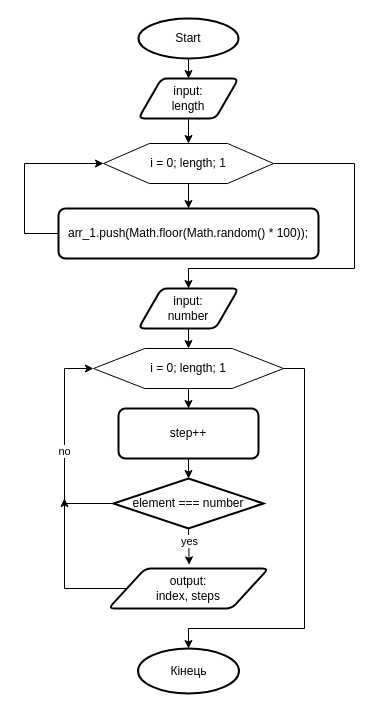
Above: diagrams/algoritms/task4.drawio in Vlas1d/Algorithms (draw.io), before the change. Source tidied: cells renumbered, new cells numbered last; positions are measured from the earlier drawing's top-left corner, leaving out a move shared by most shapes. Both pictures are drawn from the tidied source at 100%, with x=0, y=0 at pixel (24, 18).
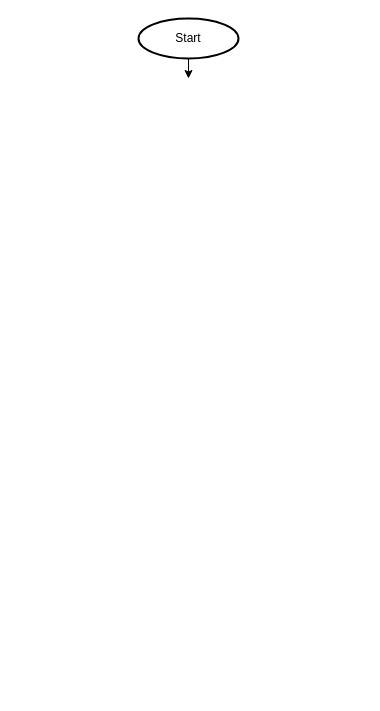
Above is the later version.

Unchanged cells that the change refers to:
```xml
<mxCell id="2" value="Start" style="strokeWidth=2;html=1;shape=mxgraph.flowchart.start_1;whiteSpace=wrap;" parent="1" vertex="1">
  <mxGeometry x="114" width="100" height="40" as="geometry" />
</mxCell>
```

Change to the diagram source:
```diff
@@
-    <mxCell id="3" value="input:&lt;br&gt;length" style="shape=parallelogram;html=1;strokeWidth=2;perimeter=parallelogramPerimeter;whiteSpace=wrap;rounded=1;arcSize=12;size=0.23;" parent="1" vertex="1">
-      <mxGeometry x="114" y="60" width="100" height="40" as="geometry" />
-    </mxCell>
-    <mxCell id="4" style="verticalLabelPosition=bottom;verticalAlign=top;html=1;shape=hexagon;perimeter=hexagonPerimeter2;arcSize=6;size=0.27;" parent="1" vertex="1">
-      <mxGeometry x="79" y="125" width="170" height="40" as="geometry" />
-    </mxCell>
-    <mxCell id="5" value="i = 0; length; 1" style="text;html=1;strokeColor=none;fillColor=none;align=center;verticalAlign=middle;whiteSpace=wrap;rounded=0;" parent="1" vertex="1">
-      <mxGeometry x="119" y="130" width="90" height="30" as="geometry" />
-    </mxCell>
-    <mxCell id="6" value="arr_1.push(Math.floor(Math.random() * 100));" style="rounded=1;whiteSpace=wrap;html=1;absoluteArcSize=1;arcSize=14;strokeWidth=2;" parent="1" vertex="1">
-      <mxGeometry x="34" y="190" width="260" height="50" as="geometry" />
-    </mxCell>
-    <mxCell id="7" style="endArrow=classic;html=1;rounded=0;" parent="1" edge="1" source="2" target="3">
-      <mxGeometry relative="1" as="geometry" />
+    <mxCell id="7" style="endArrow=classic;html=1;rounded=0;" parent="1" edge="1" source="2">
+      <mxGeometry relative="1" as="geometry">
+        <mxPoint x="164" y="60" as="targetPoint" />
+      </mxGeometry>
     </mxCell>
-    <mxCell id="8" style="endArrow=classic;html=1;rounded=0;entryX=0.5;entryY=0;entryDx=0;entryDy=0;" parent="1" edge="1" source="3" target="4">
-      <mxGeometry relative="1" as="geometry" />
-    </mxCell>
-    <mxCell id="9" style="endArrow=classic;html=1;rounded=0;exitX=0.5;exitY=1;exitDx=0;exitDy=0;entryX=0.5;entryY=0;entryDx=0;entryDy=0;" parent="1" edge="1" source="4" target="6">
-      <mxGeometry relative="1" as="geometry" />
-    </mxCell>
-    <mxCell id="10" style="endArrow=classic;html=1;rounded=0;exitX=0;exitY=0.5;exitDx=0;exitDy=0;entryX=0;entryY=0.5;entryDx=0;entryDy=0;" parent="1" edge="1" source="6" target="4">
-      <mxGeometry relative="1" as="geometry">
-        <Array as="points">
-          <mxPoint y="215" />
-          <mxPoint y="145" />
-        </Array>
-      </mxGeometry>
-    </mxCell>
-    <mxCell id="11" style="endArrow=classic;html=1;rounded=0;exitX=1;exitY=0.5;exitDx=0;exitDy=0;entryX=0.5;entryY=0;entryDx=0;entryDy=0;" parent="1" edge="1" source="4" target="12">
-      <mxGeometry relative="1" as="geometry">
-        <Array as="points">
-          <mxPoint x="330" y="145" />
-          <mxPoint x="330" y="250" />
-          <mxPoint x="164" y="250" />
-        </Array>
-      </mxGeometry>
-    </mxCell>
-    <mxCell id="12" value="input:&lt;br&gt;number" style="shape=parallelogram;html=1;strokeWidth=2;perimeter=parallelogramPerimeter;whiteSpace=wrap;rounded=1;arcSize=12;size=0.23;" parent="1" vertex="1">
-      <mxGeometry x="114" y="270" width="100" height="40" as="geometry" />
-    </mxCell>
-    <mxCell id="13" style="verticalLabelPosition=bottom;verticalAlign=top;html=1;shape=hexagon;perimeter=hexagonPerimeter2;arcSize=6;size=0.27;" parent="1" vertex="1">
-      <mxGeometry x="69" y="330" width="190" height="40" as="geometry" />
-    </mxCell>
-    <mxCell id="14" value="i = 0; length; 1" style="text;html=1;strokeColor=none;fillColor=none;align=center;verticalAlign=middle;whiteSpace=wrap;rounded=0;" parent="1" vertex="1">
-      <mxGeometry x="114" y="335" width="100" height="30" as="geometry" />
-    </mxCell>
-    <mxCell id="15" style="endArrow=classic;html=1;rounded=0;exitX=0.5;exitY=1;exitDx=0;exitDy=0;" parent="1" edge="1" source="12">
-      <mxGeometry relative="1" as="geometry">
-        <mxPoint x="164" y="330" as="targetPoint" />
-      </mxGeometry>
-    </mxCell>
-    <mxCell id="16" value="element === number" style="strokeWidth=2;html=1;shape=mxgraph.flowchart.decision;whiteSpace=wrap;" parent="1" vertex="1">
-      <mxGeometry x="89" y="460" width="150" height="50" as="geometry" />
-    </mxCell>
-    <mxCell id="17" style="endArrow=classic;html=1;rounded=0;exitX=0.5;exitY=1;exitDx=0;exitDy=0;exitPerimeter=0;entryX=0.504;entryY=-0.092;entryDx=0;entryDy=0;entryPerimeter=0;" parent="1" edge="1" source="16" target="19">
-      <mxGeometry relative="1" as="geometry" />
-    </mxCell>
-    <mxCell id="18" value="yes" style="edgeLabel;html=1;align=center;verticalAlign=middle;" parent="17" vertex="1">
-      <mxGeometry x="-0.28" relative="1" as="geometry" />
-    </mxCell>
-    <mxCell id="19" value="output:&lt;br&gt;index, steps" style="shape=parallelogram;html=1;strokeWidth=2;perimeter=parallelogramPerimeter;whiteSpace=wrap;rounded=1;arcSize=12;size=0.23;" parent="1" vertex="1">
-      <mxGeometry x="84" y="550" width="160" height="40" as="geometry" />
-    </mxCell>
-    <mxCell id="20" value="Кінець" style="strokeWidth=2;html=1;shape=mxgraph.flowchart.start_2;whiteSpace=wrap;" parent="1" vertex="1">
-      <mxGeometry x="113.5" y="630" width="101" height="45" as="geometry" />
-    </mxCell>
-    <mxCell id="21" value="step++" style="rounded=1;whiteSpace=wrap;html=1;absoluteArcSize=1;arcSize=14;strokeWidth=2;" parent="1" vertex="1">
-      <mxGeometry x="94" y="390" width="140" height="50" as="geometry" />
-    </mxCell>
-    <mxCell id="22" style="endArrow=classic;html=1;rounded=0;exitX=0.5;exitY=1;exitDx=0;exitDy=0;" parent="1" edge="1" source="13" target="21">
-      <mxGeometry relative="1" as="geometry" />
-    </mxCell>
-    <mxCell id="23" style="endArrow=classic;html=1;rounded=0;exitX=0.5;exitY=1;exitDx=0;exitDy=0;entryX=0.5;entryY=0;entryDx=0;entryDy=0;entryPerimeter=0;" parent="1" edge="1" source="21" target="16">
-      <mxGeometry relative="1" as="geometry" />
-    </mxCell>
-    <mxCell id="24" style="endArrow=classic;html=1;rounded=0;exitX=0;exitY=0.5;exitDx=0;exitDy=0;exitPerimeter=0;entryX=0;entryY=0.5;entryDx=0;entryDy=0;" parent="1" edge="1" source="16" target="13">
-      <mxGeometry relative="1" as="geometry">
-        <Array as="points">
-          <mxPoint x="40" y="485" />
-          <mxPoint x="40" y="350" />
-        </Array>
-      </mxGeometry>
-    </mxCell>
-    <mxCell id="25" value="no" style="edgeLabel;html=1;align=center;verticalAlign=middle;" parent="24" vertex="1">
-      <mxGeometry x="-0.04" y="1" relative="1" as="geometry" />
-    </mxCell>
-    <mxCell id="26" style="endArrow=classic;html=1;rounded=0;exitX=0;exitY=0.5;exitDx=0;exitDy=0;" parent="1" edge="1" source="19">
-      <mxGeometry relative="1" as="geometry">
-        <mxPoint x="40" y="480" as="targetPoint" />
-        <Array as="points">
-          <mxPoint x="40" y="570" />
-        </Array>
-      </mxGeometry>
-    </mxCell>
-    <mxCell id="27" style="endArrow=classic;html=1;rounded=0;exitX=1;exitY=0.5;exitDx=0;exitDy=0;entryX=0.5;entryY=0;entryDx=0;entryDy=0;entryPerimeter=0;" parent="1" edge="1" source="13" target="20">
-      <mxGeometry relative="1" as="geometry">
-        <Array as="points">
-          <mxPoint x="280" y="350" />
-          <mxPoint x="280" y="610" />
-          <mxPoint x="164" y="610" />
-        </Array>
-      </mxGeometry>
-    </mxCell>
```
